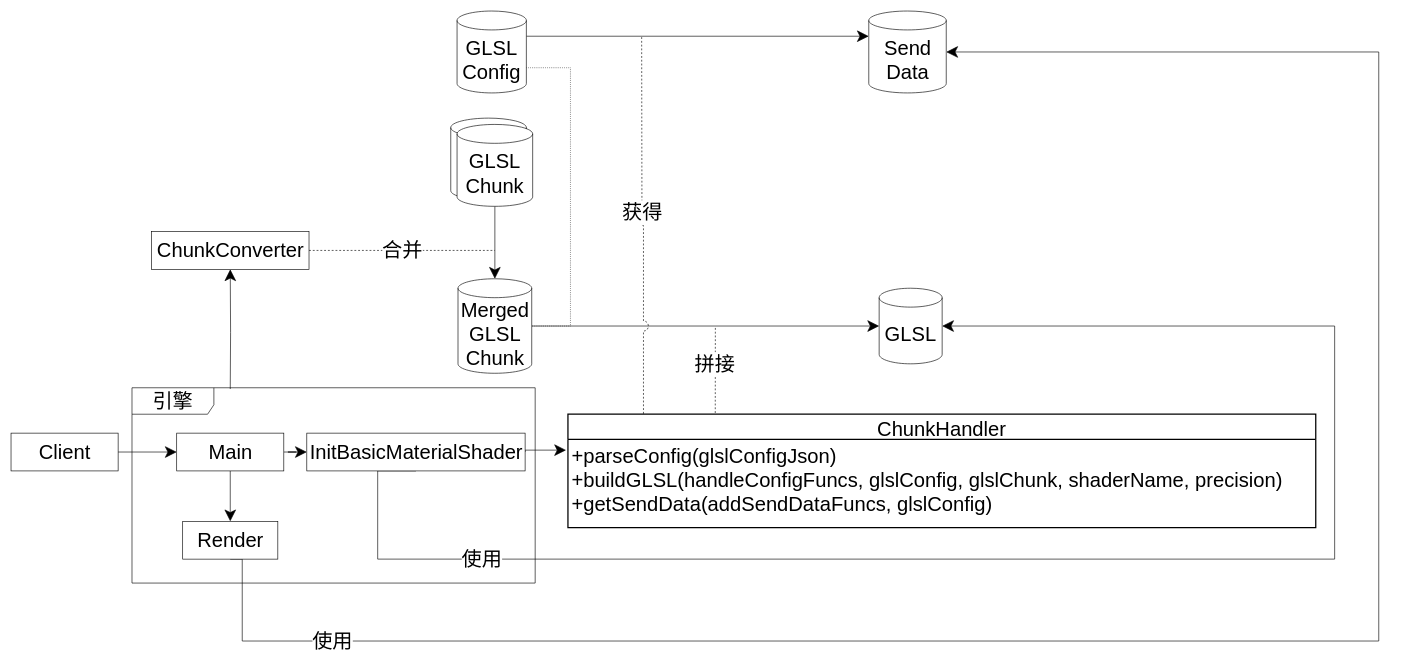
yyc-git/3DProgramPattern keeps this draw.io diagram as packages/拼接模式/story_improve/story_improve.drawio. Above is the earlier version. Source tidied: cells renumbered, new cells numbered last; positions are measured from the earlier drawing's top-left corner, leaving out a move shared by most shapes. Both pictures are drawn from the tidied source at 63%, with x=0, y=0 at pixel (11, 11).
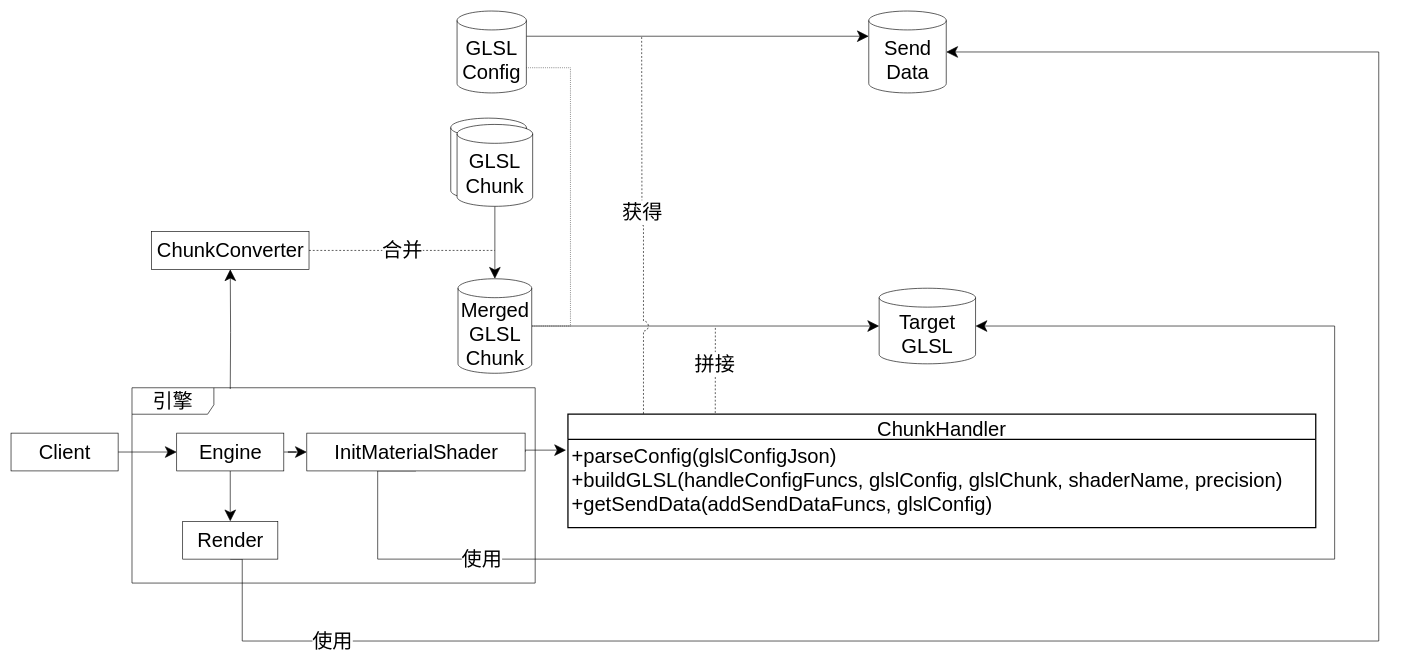
Above is the later version.

The edit, as a diff of the source:
```diff
@@
-    <mxCell id="27" value="&lt;font style=&quot;font-size: 32px&quot;&gt;GLSL&lt;br&gt;&lt;/font&gt;" style="shape=cylinder3;whiteSpace=wrap;html=1;boundedLbl=1;backgroundOutline=1;size=15;" parent="1" vertex="1">
-      <mxGeometry x="1378" y="440" width="100" height="120" as="geometry" />
+    <mxCell id="27" value="&lt;font style=&quot;font-size: 32px&quot;&gt;Target &lt;br&gt;GLSL&lt;br&gt;&lt;/font&gt;" style="shape=cylinder3;whiteSpace=wrap;html=1;boundedLbl=1;backgroundOutline=1;size=15;" parent="1" vertex="1">
+      <mxGeometry x="1378" y="440" width="153" height="120" as="geometry" />
     </mxCell>
@@
-    <mxCell id="32" value="Main" style="html=1;fontSize=32;" parent="1" vertex="1">
+    <mxCell id="32" value="Engine" style="html=1;fontSize=32;" parent="1" vertex="1">
       <mxGeometry x="263" y="670" width="170" height="60" as="geometry" />
     </mxCell>
-    <mxCell id="33" value="InitBasicMaterialShader" style="html=1;fontSize=32;" parent="1" vertex="1">
+    <mxCell id="33" value="InitMaterialShader" style="html=1;fontSize=32;" parent="1" vertex="1">
       <mxGeometry x="469.5" y="670" width="346.5" height="60" as="geometry" />
     </mxCell>
```
